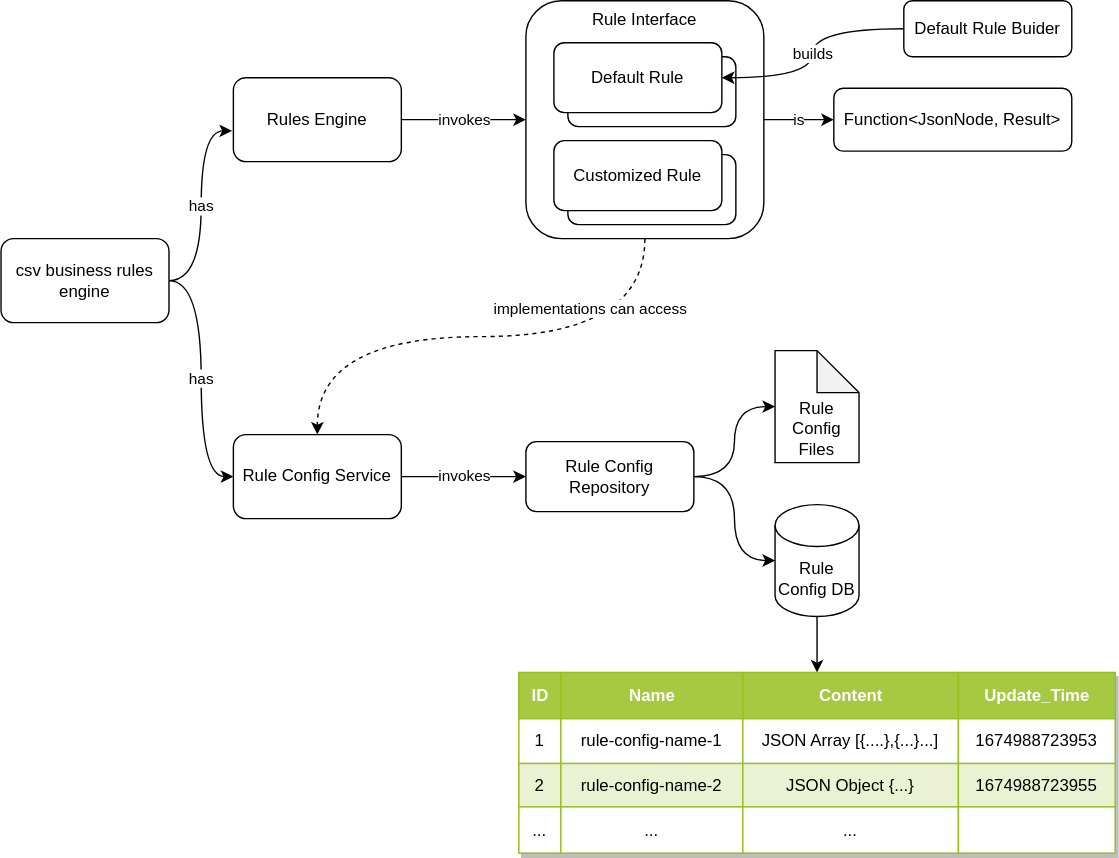
Above: csv-business-rules-engine.drawio.svg in colinzhu/business-rule-engine (draw.io), before the change. Source tidied: cells renumbered, new cells last; positions are measured from the earlier drawing's top-left corner, leaving out a move shared by most shapes.
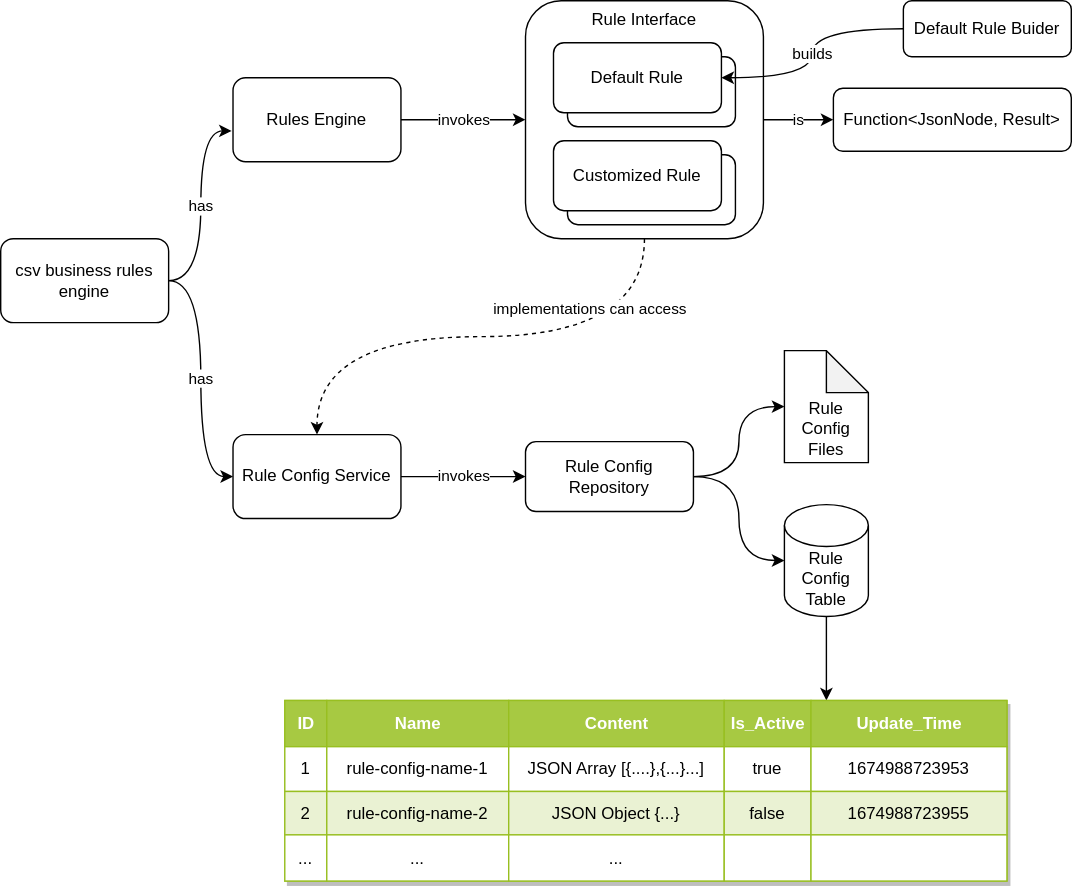
After the change.

What changed in the source:
```diff
@@ -17,11 +17,11 @@
     <mxCell id="6" value="Rules Engine" style="rounded=1;whiteSpace=wrap;html=1;" parent="1" vertex="1">
       <mxGeometry x="166" y="55" width="120" height="60" as="geometry" />
     </mxCell>
-    <mxCell id="7" style="edgeStyle=orthogonalEdgeStyle;curved=1;rounded=0;jettySize=auto;html=1;" parent="1" edge="1" source="8" target="16">
+    <mxCell id="7" style="edgeStyle=orthogonalEdgeStyle;curved=1;rounded=0;jettySize=auto;html=1;entryX=0.75;entryY=0;entryDx=0;entryDy=0;" parent="1" edge="1" source="8" target="16">
       <mxGeometry relative="1" as="geometry" />
     </mxCell>
-    <mxCell id="8" value="Rule Config DB" style="shape=cylinder3;whiteSpace=wrap;html=1;boundedLbl=1;backgroundOutline=1;size=15;" parent="1" vertex="1">
-      <mxGeometry x="553" y="360" width="60" height="80" as="geometry" />
+    <mxCell id="8" value="Rule Config Table" style="shape=cylinder3;whiteSpace=wrap;html=1;boundedLbl=1;backgroundOutline=1;size=15;" parent="1" vertex="1">
+      <mxGeometry x="560" y="360" width="60" height="80" as="geometry" />
     </mxCell>
     <mxCell id="9" style="edgeStyle=orthogonalEdgeStyle;curved=1;rounded=0;jettySize=auto;html=1;entryX=0;entryY=0.5;entryDx=0;entryDy=0;entryPerimeter=0;exitX=1;exitY=0.5;exitDx=0;exitDy=0;" parent="1" edge="1" source="47" target="13">
       <mxGeometry relative="1" as="geometry" />
@@ -36,16 +36,16 @@
       <mxGeometry x="166" y="310" width="120" height="60" as="geometry" />
     </mxCell>
     <mxCell id="13" value="Rule Config Files" style="shape=note;whiteSpace=wrap;html=1;backgroundOutline=1;darkOpacity=0.05;verticalAlign=bottom;" parent="1" vertex="1">
-      <mxGeometry x="553" y="250" width="60" height="80" as="geometry" />
+      <mxGeometry x="560" y="250" width="60" height="80" as="geometry" />
     </mxCell>
     <mxCell id="14" value="Default Rule Buider" style="rounded=1;whiteSpace=wrap;html=1;" parent="1" vertex="1">
       <mxGeometry x="645" width="120" height="40" as="geometry" />
     </mxCell>
     <mxCell id="15" value="Assets" style="strokeColor=#98bf21;fillColor=#A7C942;shadow=1;" parent="1" vertex="1">
-      <mxGeometry x="370" y="480" width="426" height="129" as="geometry" />
+      <mxGeometry x="203" y="500" width="516" height="129" as="geometry" />
     </mxCell>
     <mxCell id="16" style="shape=tableRow;horizontal=0;startSize=0;swimlaneHead=0;swimlaneBody=0;top=0;left=0;bottom=0;right=0;fontStyle=0;strokeColor=inherit;fillColor=#ffffff;" parent="15" vertex="1">
-      <mxGeometry width="426" height="33" as="geometry" />
+      <mxGeometry width="516" height="33" as="geometry" />
     </mxCell>
     <mxCell id="17" value="ID" style="strokeColor=inherit;fillColor=#A7C942;align=center;fontStyle=1;fontColor=#FFFFFF;html=1;" parent="16" vertex="1">
       <mxGeometry width="30" height="33" as="geometry" />
@@ -56,11 +56,14 @@
     <mxCell id="19" value="Content" style="strokeColor=inherit;fillColor=#A7C942;align=center;fontStyle=1;fontColor=#FFFFFF;html=1;" parent="16" vertex="1">
       <mxGeometry x="160" width="154" height="33" as="geometry" />
     </mxCell>
+    <mxCell id="48" value="Is_Active" style="strokeColor=inherit;fillColor=#A7C942;align=center;fontStyle=1;fontColor=#FFFFFF;html=1;" parent="16" vertex="1">
+      <mxGeometry x="314" width="62" height="33" as="geometry" />
+    </mxCell>
     <mxCell id="20" value="Update_Time" style="strokeColor=inherit;fillColor=#A7C942;align=center;fontStyle=1;fontColor=#FFFFFF;html=1;" parent="16" vertex="1">
-      <mxGeometry x="314" width="112" height="33" as="geometry" />
+      <mxGeometry x="376" width="140" height="33" as="geometry" />
     </mxCell>
     <mxCell id="21" style="shape=tableRow;horizontal=0;startSize=0;swimlaneHead=0;swimlaneBody=0;top=0;left=0;bottom=0;right=0;fontStyle=0;strokeColor=inherit;fillColor=#ffffff;" parent="15" vertex="1">
-      <mxGeometry y="33" width="426" height="32" as="geometry" />
+      <mxGeometry y="33" width="516" height="32" as="geometry" />
     </mxCell>
     <mxCell id="22" value="1" style="strokeColor=inherit;fillColor=inherit;align=center;whiteSpace=wrap;html=1;" parent="21" vertex="1">
       <mxGeometry width="30" height="32" as="geometry" />
@@ -71,11 +74,14 @@
     <mxCell id="24" value="JSON Array [{....},{...}...]" style="strokeColor=inherit;fillColor=inherit;align=center;whiteSpace=wrap;html=1;" parent="21" vertex="1">
       <mxGeometry x="160" width="154" height="32" as="geometry" />
     </mxCell>
+    <mxCell id="49" value="true" style="strokeColor=inherit;fillColor=inherit;align=center;whiteSpace=wrap;html=1;" parent="21" vertex="1">
+      <mxGeometry x="314" width="62" height="32" as="geometry" />
+    </mxCell>
     <mxCell id="25" value="1674988723953" style="strokeColor=inherit;fillColor=inherit;align=center;whiteSpace=wrap;html=1;" parent="21" vertex="1">
-      <mxGeometry x="314" width="112" height="32" as="geometry" />
+      <mxGeometry x="376" width="140" height="32" as="geometry" />
     </mxCell>
     <mxCell id="26" style="shape=tableRow;horizontal=0;startSize=0;swimlaneHead=0;swimlaneBody=0;top=0;left=0;bottom=0;right=0;fontStyle=1;strokeColor=inherit;fillColor=#EAF2D3;" parent="15" vertex="1">
-      <mxGeometry y="65" width="426" height="31" as="geometry" />
+      <mxGeometry y="65" width="516" height="31" as="geometry" />
     </mxCell>
     <mxCell id="27" value="2" style="strokeColor=inherit;fillColor=inherit;whiteSpace=wrap;html=1;" parent="26" vertex="1">
       <mxGeometry width="30" height="31" as="geometry" />
@@ -86,11 +92,14 @@
     <mxCell id="29" value="JSON Object {...}" style="strokeColor=inherit;fillColor=inherit;whiteSpace=wrap;html=1;" parent="26" vertex="1">
       <mxGeometry x="160" width="154" height="31" as="geometry" />
     </mxCell>
+    <mxCell id="50" value="false" style="strokeColor=inherit;fillColor=inherit;whiteSpace=wrap;html=1;" parent="26" vertex="1">
+      <mxGeometry x="314" width="62" height="31" as="geometry" />
+    </mxCell>
     <mxCell id="30" value="1674988723955" style="strokeColor=inherit;fillColor=inherit;whiteSpace=wrap;html=1;" parent="26" vertex="1">
-      <mxGeometry x="314" width="112" height="31" as="geometry" />
+      <mxGeometry x="376" width="140" height="31" as="geometry" />
     </mxCell>
     <mxCell id="31" style="shape=tableRow;horizontal=0;startSize=0;swimlaneHead=0;swimlaneBody=0;top=0;left=0;bottom=0;right=0;fontStyle=0;strokeColor=inherit;fillColor=#ffffff;" parent="15" vertex="1">
-      <mxGeometry y="96" width="426" height="33" as="geometry" />
+      <mxGeometry y="96" width="516" height="33" as="geometry" />
     </mxCell>
     <mxCell id="32" value="..." style="strokeColor=inherit;fillColor=inherit;fontStyle=0;align=center;whiteSpace=wrap;html=1;" parent="31" vertex="1">
       <mxGeometry width="30" height="33" as="geometry" />
@@ -101,8 +110,11 @@
     <mxCell id="34" value="..." style="strokeColor=inherit;fillColor=inherit;fontStyle=0;align=center;whiteSpace=wrap;html=1;" parent="31" vertex="1">
       <mxGeometry x="160" width="154" height="33" as="geometry" />
     </mxCell>
+    <mxCell id="51" style="strokeColor=inherit;fillColor=inherit;fontStyle=0;align=center;whiteSpace=wrap;html=1;" parent="31" vertex="1">
+      <mxGeometry x="314" width="62" height="33" as="geometry" />
+    </mxCell>
     <mxCell id="35" style="strokeColor=inherit;fillColor=inherit;fontStyle=0;align=center;whiteSpace=wrap;html=1;" parent="31" vertex="1">
-      <mxGeometry x="314" width="112" height="33" as="geometry" />
+      <mxGeometry x="376" width="140" height="33" as="geometry" />
     </mxCell>
     <mxCell id="36" value="is" style="edgeStyle=orthogonalEdgeStyle;curved=1;rounded=0;jettySize=auto;html=1;entryX=0;entryY=0.5;entryDx=0;entryDy=0;exitX=1;exitY=0.5;exitDx=0;exitDy=0;" parent="1" edge="1" source="38" target="46">
       <mxGeometry relative="1" as="geometry" />
```
